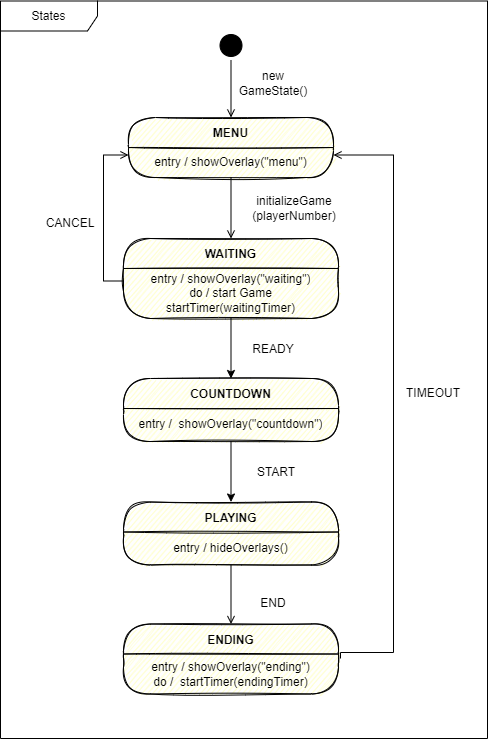
The draw.io diagram diagrams/GameManager_states.png in sckoenig/Distributed-Tron, before a commit. Source tidied: cells renumbered, new cells last; positions are measured from the earlier drawing's top-left corner, leaving out a move shared by most shapes.
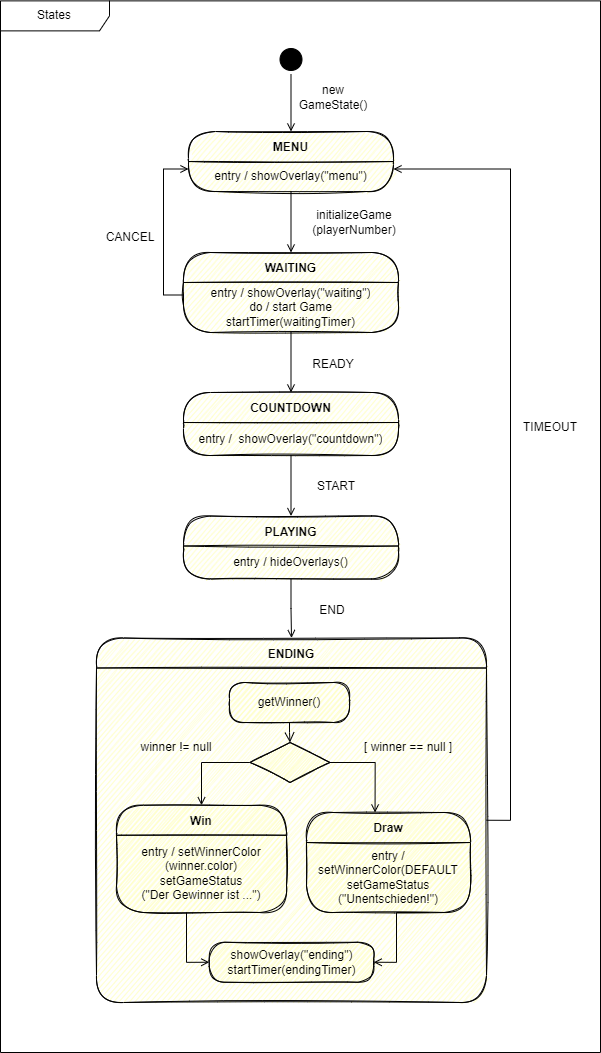
Later version of the same file.

Change to the diagram source:
```diff
@@ -26,11 +26,16 @@
     <mxCell id="9" value="entry / hideOverlays()&lt;br&gt;" style="text;html=1;strokeColor=none;fillColor=none;align=center;verticalAlign=middle;spacingLeft=4;spacingRight=4;whiteSpace=wrap;overflow=hidden;fontColor=#000000;sketch=0;" parent="8" vertex="1">
       <mxGeometry y="30" width="215" height="33" as="geometry" />
     </mxCell>
-    <mxCell id="10" value="ENDING" style="swimlane;fontStyle=1;align=center;verticalAlign=middle;horizontal=1;startSize=30;fontColor=#000000;rounded=1;arcSize=30;strokeColor=default;fillColor=#ffffc0;swimlaneFillColor=#ffffc0;sketch=1;" parent="1" vertex="1">
-      <mxGeometry x="123" y="623.5" width="215" height="70" as="geometry" />
+    <mxCell id="10" style="edgeStyle=orthogonalEdgeStyle;rounded=0;sketch=0;jettySize=auto;html=1;exitX=1;exitY=0.5;exitDx=0;exitDy=0;entryX=1;entryY=0.25;entryDx=0;entryDy=0;strokeColor=#000000;endArrow=open;endFill=0;" parent="1" edge="1" source="11" target="5">
+      <mxGeometry relative="1" as="geometry">
+        <Array as="points">
+          <mxPoint x="450" y="806" />
+          <mxPoint x="450" y="155" />
+        </Array>
+      </mxGeometry>
     </mxCell>
-    <mxCell id="11" value="entry / showOverlay(&quot;ending&quot;)&lt;br&gt;do /&amp;nbsp; startTimer(endingTimer)" style="text;html=1;strokeColor=none;fillColor=none;align=center;verticalAlign=middle;spacingLeft=4;spacingRight=4;whiteSpace=wrap;overflow=hidden;fontColor=#000000;sketch=1;" parent="10" vertex="1">
-      <mxGeometry y="30" width="215" height="40" as="geometry" />
+    <mxCell id="11" value="ENDING" style="swimlane;fontStyle=1;align=center;verticalAlign=middle;horizontal=1;startSize=30;fontColor=#000000;rounded=1;arcSize=30;strokeColor=default;fillColor=#ffffc0;swimlaneFillColor=#ffffc0;sketch=1;" parent="1" vertex="1">
+      <mxGeometry x="36" y="623.5" width="390" height="364.5" as="geometry" />
     </mxCell>
     <mxCell id="12" value="new GameState()" style="text;html=1;strokeColor=none;fillColor=none;align=center;verticalAlign=middle;whiteSpace=wrap;rounded=0;sketch=0;" parent="1" vertex="1">
       <mxGeometry x="243" y="68" width="60" height="30" as="geometry" />
@@ -45,46 +50,88 @@
       <mxGeometry x="40" y="208" width="60" height="30" as="geometry" />
     </mxCell>
     <mxCell id="16" value="END" style="text;html=1;strokeColor=none;fillColor=none;align=center;verticalAlign=middle;whiteSpace=wrap;rounded=0;sketch=0;" parent="1" vertex="1">
-      <mxGeometry x="243" y="588" width="60" height="30" as="geometry" />
+      <mxGeometry x="242" y="581" width="60" height="30" as="geometry" />
     </mxCell>
-    <mxCell id="17" style="edgeStyle=orthogonalEdgeStyle;rounded=0;jettySize=auto;html=1;exitX=0.5;exitY=1;exitDx=0;exitDy=0;entryX=0.5;entryY=0;entryDx=0;entryDy=0;endArrow=open;endFill=0;sketch=0;" parent="1" edge="1" source="9" target="10">
+    <mxCell id="17" style="edgeStyle=orthogonalEdgeStyle;rounded=0;jettySize=auto;html=1;exitX=0.5;exitY=1;exitDx=0;exitDy=0;entryX=0.5;entryY=0;entryDx=0;entryDy=0;endArrow=open;endFill=0;sketch=0;" parent="1" edge="1" source="9" target="11">
       <mxGeometry relative="1" as="geometry" />
     </mxCell>
-    <mxCell id="18" style="edgeStyle=orthogonalEdgeStyle;rounded=0;jettySize=auto;html=1;entryX=1;entryY=0.25;entryDx=0;entryDy=0;endArrow=open;endFill=0;sketch=0;" parent="1" edge="1" target="5">
-      <mxGeometry relative="1" as="geometry">
-        <mxPoint x="340" y="658" as="sourcePoint" />
-        <Array as="points">
-          <mxPoint x="393" y="652" />
-          <mxPoint x="393" y="154" />
-        </Array>
-      </mxGeometry>
+    <mxCell id="18" value="TIMEOUT" style="text;html=1;strokeColor=none;fillColor=none;align=center;verticalAlign=middle;whiteSpace=wrap;rounded=0;sketch=0;" parent="1" vertex="1">
+      <mxGeometry x="460" y="398" width="60" height="30" as="geometry" />
     </mxCell>
-    <mxCell id="19" value="TIMEOUT" style="text;html=1;strokeColor=none;fillColor=none;align=center;verticalAlign=middle;whiteSpace=wrap;rounded=0;sketch=0;" parent="1" vertex="1">
-      <mxGeometry x="403" y="378" width="60" height="30" as="geometry" />
+    <mxCell id="19" style="edgeStyle=orthogonalEdgeStyle;rounded=0;jettySize=auto;html=1;entryX=0.5;entryY=0;entryDx=0;entryDy=0;strokeColor=#000000;endArrow=open;endFill=0;sketch=0;" parent="1" edge="1" source="5" target="6">
+      <mxGeometry relative="1" as="geometry" />
     </mxCell>
-    <mxCell id="20" style="edgeStyle=orthogonalEdgeStyle;rounded=0;jettySize=auto;html=1;entryX=0.5;entryY=0;entryDx=0;entryDy=0;strokeColor=#000000;endArrow=open;endFill=0;sketch=0;" parent="1" edge="1" source="5" target="6">
-      <mxGeometry relative="1" as="geometry" />
+    <mxCell id="20" value="initializeGame&lt;br&gt;(playerNumber)" style="text;html=1;strokeColor=none;fillColor=none;align=center;verticalAlign=middle;whiteSpace=wrap;rounded=0;sketch=0;" parent="1" vertex="1">
+      <mxGeometry x="264" y="193" width="60" height="30" as="geometry" />
     </mxCell>
-    <mxCell id="21" value="initializeGame&lt;br&gt;(playerNumber)" style="text;html=1;strokeColor=none;fillColor=none;align=center;verticalAlign=middle;whiteSpace=wrap;rounded=0;sketch=0;" parent="1" vertex="1">
-      <mxGeometry x="264" y="193" width="60" height="30" as="geometry" />
+    <mxCell id="21" value="COUNTDOWN" style="swimlane;fontStyle=1;align=center;verticalAlign=middle;horizontal=1;startSize=30;fontColor=#000000;rounded=1;arcSize=30;strokeColor=default;fillColor=#ffffc0;swimlaneFillColor=#ffffc0;sketch=1;" parent="1" vertex="1">
+      <mxGeometry x="123" y="378" width="215" height="63" as="geometry" />
     </mxCell>
-    <mxCell id="22" value="COUNTDOWN" style="swimlane;fontStyle=1;align=center;verticalAlign=middle;horizontal=1;startSize=30;fontColor=#000000;rounded=1;arcSize=30;strokeColor=default;fillColor=#ffffc0;swimlaneFillColor=#ffffc0;sketch=1;" parent="1" vertex="1">
-      <mxGeometry x="123" y="378" width="215" height="63" as="geometry" />
+    <mxCell id="22" value="entry /&amp;nbsp; showOverlay(&quot;countdown&quot;)" style="text;html=1;strokeColor=none;fillColor=none;align=center;verticalAlign=middle;spacingLeft=4;spacingRight=4;whiteSpace=wrap;overflow=hidden;fontColor=#000000;sketch=0;" parent="21" vertex="1">
+      <mxGeometry y="30" width="215" height="33" as="geometry" />
     </mxCell>
-    <mxCell id="23" value="entry /&amp;nbsp; showOverlay(&quot;countdown&quot;)" style="text;html=1;strokeColor=none;fillColor=none;align=center;verticalAlign=middle;spacingLeft=4;spacingRight=4;whiteSpace=wrap;overflow=hidden;fontColor=#000000;sketch=0;" parent="22" vertex="1">
-      <mxGeometry y="30" width="215" height="33" as="geometry" />
+    <mxCell id="23" style="edgeStyle=orthogonalEdgeStyle;rounded=0;jettySize=auto;html=1;strokeColor=default;fontSize=11;sketch=0;endArrow=open;endFill=0;" parent="1" edge="1" source="7" target="21">
+      <mxGeometry relative="1" as="geometry" />
     </mxCell>
-    <mxCell id="24" style="edgeStyle=orthogonalEdgeStyle;rounded=0;jettySize=auto;html=1;strokeColor=default;fontSize=11;sketch=0;" parent="1" edge="1" source="7" target="22">
+    <mxCell id="24" style="edgeStyle=orthogonalEdgeStyle;rounded=0;jettySize=auto;html=1;strokeColor=default;fontSize=11;sketch=0;endArrow=open;endFill=0;" parent="1" edge="1" source="22" target="8">
       <mxGeometry relative="1" as="geometry" />
     </mxCell>
-    <mxCell id="25" style="edgeStyle=orthogonalEdgeStyle;rounded=0;jettySize=auto;html=1;strokeColor=default;fontSize=11;sketch=0;" parent="1" edge="1" source="23" target="8">
-      <mxGeometry relative="1" as="geometry" />
+    <mxCell id="25" value="START" style="text;html=1;strokeColor=none;fillColor=none;align=center;verticalAlign=middle;whiteSpace=wrap;rounded=0;sketch=0;" parent="1" vertex="1">
+      <mxGeometry x="245.5" y="456.5" width="60" height="30" as="geometry" />
     </mxCell>
-    <mxCell id="26" value="START" style="text;html=1;strokeColor=none;fillColor=none;align=center;verticalAlign=middle;whiteSpace=wrap;rounded=0;sketch=0;" parent="1" vertex="1">
-      <mxGeometry x="245.5" y="456.5" width="60" height="30" as="geometry" />
+    <mxCell id="26" value="Win" style="swimlane;fontStyle=1;align=center;verticalAlign=middle;horizontal=1;startSize=30;fontColor=#000000;rounded=1;arcSize=30;strokeColor=default;fillColor=#ffffc0;swimlaneFillColor=#ffffc0;sketch=1;" parent="1" vertex="1">
+      <mxGeometry x="56" y="790.8" width="170" height="107.2" as="geometry" />
     </mxCell>
-    <mxCell id="27" value="States" style="shape=umlFrame;whiteSpace=wrap;html=1;sketch=0;strokeColor=default;fillColor=default;width=97;height=30;" parent="1" vertex="1">
-      <mxGeometry y="0.5" width="487" height="737.5" as="geometry" />
+    <mxCell id="27" value="entry / setWinnerColor&lt;br&gt;(winner.color)&lt;br&gt;setGameStatus&lt;br&gt;(&quot;Der Gewinner ist ...&quot;)" style="text;html=1;strokeColor=none;fillColor=none;align=center;verticalAlign=middle;spacingLeft=4;spacingRight=4;whiteSpace=wrap;overflow=hidden;fontColor=#000000;sketch=1;" parent="26" vertex="1">
+      <mxGeometry y="30" width="170" height="77.2" as="geometry" />
     </mxCell>
+    <mxCell id="28" value="Draw" style="swimlane;fontStyle=1;align=center;verticalAlign=middle;horizontal=1;startSize=30;fontColor=#000000;rounded=1;arcSize=30;strokeColor=default;fillColor=#ffffc0;swimlaneFillColor=#ffffc0;sketch=1;" parent="1" vertex="1">
+      <mxGeometry x="246" y="798" width="164" height="100" as="geometry" />
+    </mxCell>
+    <mxCell id="29" value="entry / setWinnerColor(DEFAULT&lt;br&gt;setGameStatus&lt;br&gt;(&quot;Unentschieden!&quot;)" style="text;html=1;strokeColor=none;fillColor=none;align=center;verticalAlign=middle;spacingLeft=4;spacingRight=4;whiteSpace=wrap;overflow=hidden;fontColor=#000000;sketch=1;" parent="28" vertex="1">
+      <mxGeometry y="30" width="164" height="70" as="geometry" />
+    </mxCell>
+    <mxCell id="30" value="getWinner()" style="rounded=1;whiteSpace=wrap;html=1;arcSize=40;fontColor=#000000;fillColor=#ffffc0;strokeColor=#000000;sketch=1;" parent="1" vertex="1">
+      <mxGeometry x="169" y="668" width="120" height="40" as="geometry" />
+    </mxCell>
+    <mxCell id="31" style="edgeStyle=orthogonalEdgeStyle;html=1;verticalAlign=bottom;endArrow=open;endSize=8;strokeColor=#000000;rounded=0;sketch=0;entryX=0.5;entryY=0;entryDx=0;entryDy=0;" parent="1" edge="1" source="30" target="34">
+      <mxGeometry relative="1" as="geometry" />
+    </mxCell>
+    <mxCell id="32" style="edgeStyle=orthogonalEdgeStyle;rounded=0;sketch=0;jettySize=auto;html=1;exitX=1;exitY=0.5;exitDx=0;exitDy=0;strokeColor=#000000;endArrow=open;endFill=0;entryX=0.418;entryY=0;entryDx=0;entryDy=0;entryPerimeter=0;" parent="1" edge="1" source="34" target="28">
+      <mxGeometry relative="1" as="geometry" />
+    </mxCell>
+    <mxCell id="33" style="edgeStyle=orthogonalEdgeStyle;rounded=0;sketch=0;jettySize=auto;html=1;exitX=0;exitY=0.5;exitDx=0;exitDy=0;entryX=0.5;entryY=0;entryDx=0;entryDy=0;strokeColor=#000000;endArrow=open;endFill=0;" parent="1" edge="1" source="34" target="26">
+      <mxGeometry relative="1" as="geometry" />
+    </mxCell>
+    <mxCell id="34" style="rhombus;whiteSpace=wrap;html=1;fillColor=#ffffc0;strokeColor=#000000;sketch=1;" parent="1" vertex="1">
+      <mxGeometry x="189.5" y="728" width="80" height="40" as="geometry" />
+    </mxCell>
+    <mxCell id="35" value="showOverlay(&quot;ending&quot;)&lt;br&gt;startTimer(endingTimer)" style="rounded=1;whiteSpace=wrap;html=1;arcSize=40;fontColor=#000000;fillColor=#ffffc0;strokeColor=#000000;sketch=1;" parent="1" vertex="1">
+      <mxGeometry x="148.8" y="927.8" width="164.5" height="40" as="geometry" />
+    </mxCell>
+    <mxCell id="36" style="edgeStyle=orthogonalEdgeStyle;rounded=0;sketch=0;jettySize=auto;html=1;entryX=0;entryY=0.5;entryDx=0;entryDy=0;strokeColor=#000000;endArrow=open;endFill=0;" parent="1" edge="1" source="27" target="35">
+      <mxGeometry relative="1" as="geometry">
+        <Array as="points">
+          <mxPoint x="126" y="948" />
+        </Array>
+      </mxGeometry>
+    </mxCell>
+    <mxCell id="37" style="edgeStyle=orthogonalEdgeStyle;rounded=0;sketch=0;jettySize=auto;html=1;exitX=0.75;exitY=1;exitDx=0;exitDy=0;entryX=1;entryY=0.5;entryDx=0;entryDy=0;strokeColor=#000000;endArrow=open;endFill=0;" parent="1" edge="1" source="29" target="35">
+      <mxGeometry relative="1" as="geometry">
+        <Array as="points">
+          <mxPoint x="336" y="898" />
+          <mxPoint x="336" y="948" />
+        </Array>
+      </mxGeometry>
+    </mxCell>
+    <mxCell id="38" value="[ winner == null ]" style="text;html=1;strokeColor=none;fillColor=none;align=center;verticalAlign=middle;whiteSpace=wrap;rounded=0;sketch=0;" parent="1" vertex="1">
+      <mxGeometry x="302" y="718" width="92" height="30" as="geometry" />
+    </mxCell>
+    <mxCell id="39" value="winner != null" style="text;html=1;strokeColor=none;fillColor=none;align=center;verticalAlign=middle;whiteSpace=wrap;rounded=0;sketch=0;" parent="1" vertex="1">
+      <mxGeometry x="70" y="718" width="92" height="30" as="geometry" />
+    </mxCell>
+    <mxCell id="40" value="States" style="shape=umlFrame;whiteSpace=wrap;html=1;sketch=0;fillColor=default;width=109;height=30;" parent="1" vertex="1">
+      <mxGeometry x="-60" y="-13.6" width="600" height="1051.6" as="geometry" />
+    </mxCell>
   </root>
 </mxGraphModel>
```
